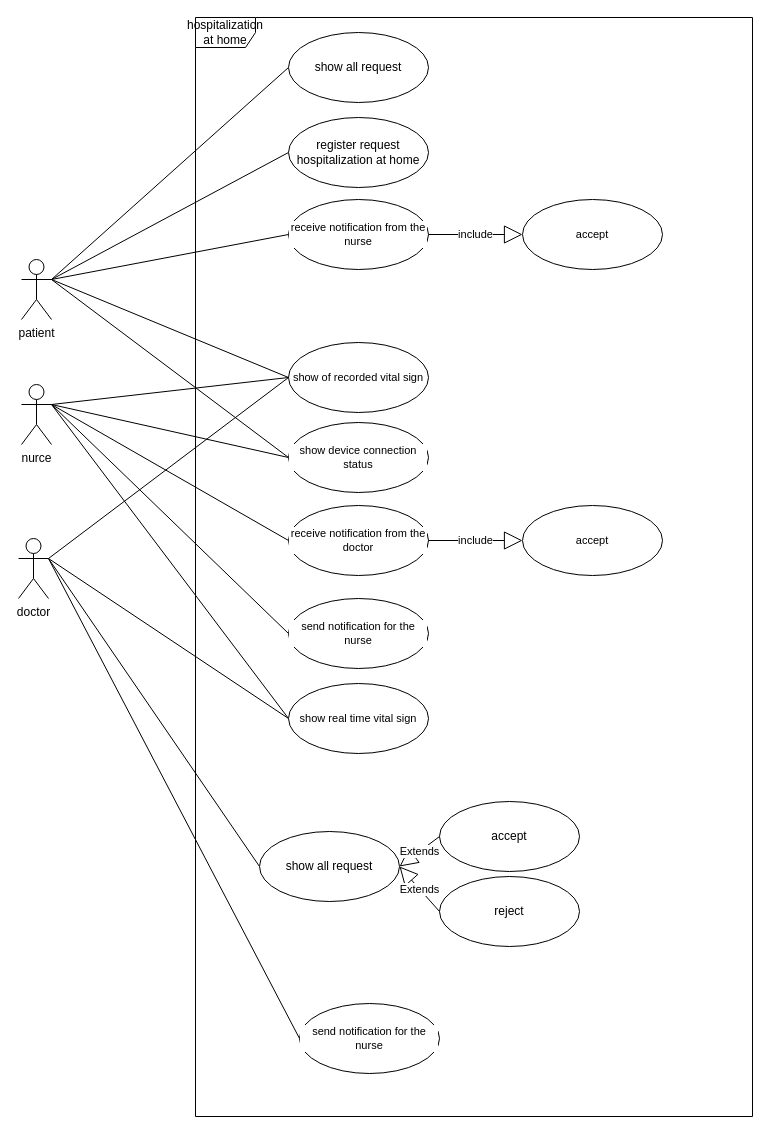
SalehAskari/telemedicine keeps this draw.io diagram as USECASE/hospitalization_at_home.drawio. Above is the earlier version. Source tidied: cells renumbered, new cells numbered last; positions are measured from the earlier drawing's top-left corner, leaving out a move shared by most shapes. Both pictures are drawn from the tidied source at 100%, with x=0, y=0 at pixel (18, 17).
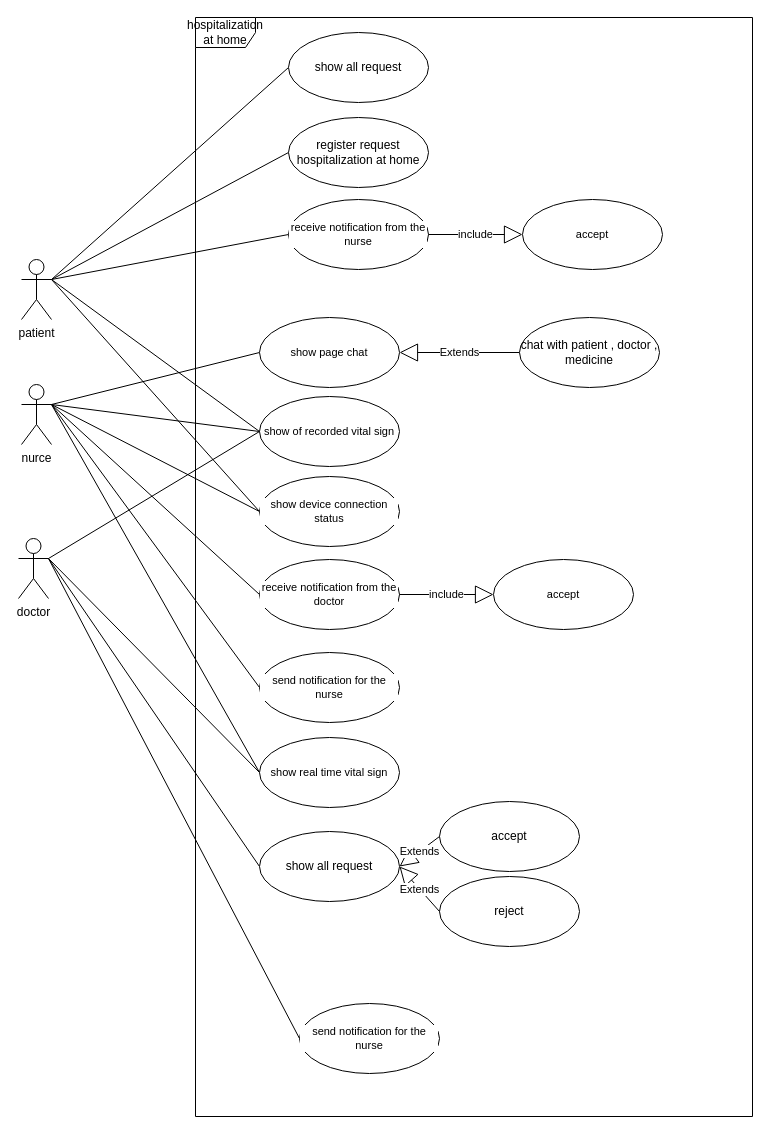
The same diagram, later.

The change refers to these unchanged cells:
```xml
<mxCell id="27" value="nurce" style="shape=umlActor;verticalLabelPosition=bottom;verticalAlign=top;html=1;" parent="1" vertex="1">
  <mxGeometry x="3" y="367" width="30" height="60" as="geometry" />
</mxCell>
```

Diff of the diagram source:
```diff
@@
     <mxCell id="21" value="show of recorded vital sign" style="ellipse;whiteSpace=wrap;html=1;fontFamily=Helvetica;fontSize=11;fontColor=default;labelBackgroundColor=default;" parent="1" vertex="1">
-      <mxGeometry x="270" y="325" width="140" height="70" as="geometry" />
+      <mxGeometry x="241" y="379" width="140" height="70" as="geometry" />
     </mxCell>
@@
+    <mxCell id="38" style="edgeStyle=none;shape=connector;rounded=0;jettySize=auto;html=1;exitX=1;exitY=0.3333333333333333;exitDx=0;exitDy=0;exitPerimeter=0;entryX=0;entryY=0.5;entryDx=0;entryDy=0;strokeColor=default;align=center;verticalAlign=middle;fontFamily=Helvetica;fontSize=11;fontColor=default;labelBackgroundColor=default;startFill=0;endArrow=none;" parent="1" edge="1" source="27" target="39">
+      <mxGeometry relative="1" as="geometry" />
+    </mxCell>
@@
     <mxCell id="28" value="show device connection status" style="ellipse;whiteSpace=wrap;html=1;fontFamily=Helvetica;fontSize=11;fontColor=default;labelBackgroundColor=default;" parent="1" vertex="1">
-      <mxGeometry x="270" y="405" width="140" height="70" as="geometry" />
+      <mxGeometry x="241" y="459" width="140" height="70" as="geometry" />
     </mxCell>
     <mxCell id="29" value="receive notification from the doctor" style="ellipse;whiteSpace=wrap;html=1;fontFamily=Helvetica;fontSize=11;fontColor=default;labelBackgroundColor=default;" parent="1" vertex="1">
-      <mxGeometry x="270" y="488" width="140" height="70" as="geometry" />
+      <mxGeometry x="241" y="542" width="140" height="70" as="geometry" />
     </mxCell>
@@
     <mxCell id="32" value="send notification for the nurse" style="ellipse;whiteSpace=wrap;html=1;fontFamily=Helvetica;fontSize=11;fontColor=default;labelBackgroundColor=default;" parent="1" vertex="1">
-      <mxGeometry x="270" y="581" width="140" height="70" as="geometry" />
+      <mxGeometry x="241" y="635" width="140" height="70" as="geometry" />
     </mxCell>
     <mxCell id="33" value="accept" style="ellipse;whiteSpace=wrap;html=1;fontFamily=Helvetica;fontSize=11;fontColor=default;labelBackgroundColor=default;" parent="1" vertex="1">
-      <mxGeometry x="504" y="488" width="140" height="70" as="geometry" />
+      <mxGeometry x="475" y="542" width="140" height="70" as="geometry" />
     </mxCell>
@@
     <mxCell id="37" value="show real time vital sign" style="ellipse;whiteSpace=wrap;html=1;fontFamily=Helvetica;fontSize=11;fontColor=default;labelBackgroundColor=default;" parent="1" vertex="1">
-      <mxGeometry x="270" y="666" width="140" height="70" as="geometry" />
+      <mxGeometry x="241" y="720" width="140" height="70" as="geometry" />
     </mxCell>
+    <mxCell id="39" value="show page chat" style="ellipse;whiteSpace=wrap;html=1;fontFamily=Helvetica;fontSize=11;fontColor=default;labelBackgroundColor=default;" parent="1" vertex="1">
+      <mxGeometry x="241" y="300" width="140" height="70" as="geometry" />
+    </mxCell>
+    <mxCell id="40" value="Extends" style="endArrow=block;endSize=16;endFill=0;html=1;rounded=0;exitX=0;exitY=0.5;exitDx=0;exitDy=0;entryX=1;entryY=0.5;entryDx=0;entryDy=0;" parent="1" edge="1" source="41" target="39">
+      <mxGeometry relative="1" as="geometry" />
+    </mxCell>
+    <mxCell id="41" value="chat with patient , doctor ,&lt;br&gt;medicine" style="ellipse;whiteSpace=wrap;html=1;" parent="1" vertex="1">
+      <mxGeometry x="501" y="300" width="140" height="70" as="geometry" />
+    </mxCell>
```
